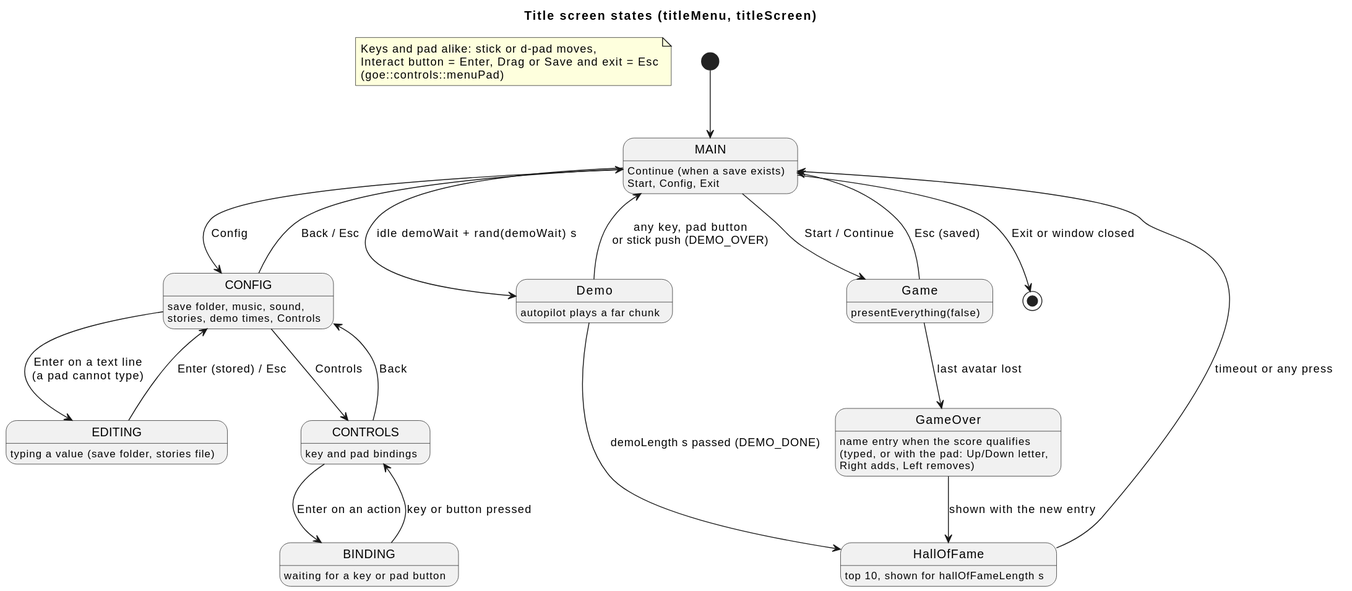
Above: docs/diagrams/11-title-menu-states.svg in arielkonopka/Gardens-of-Eris (PlantUML), before the change.
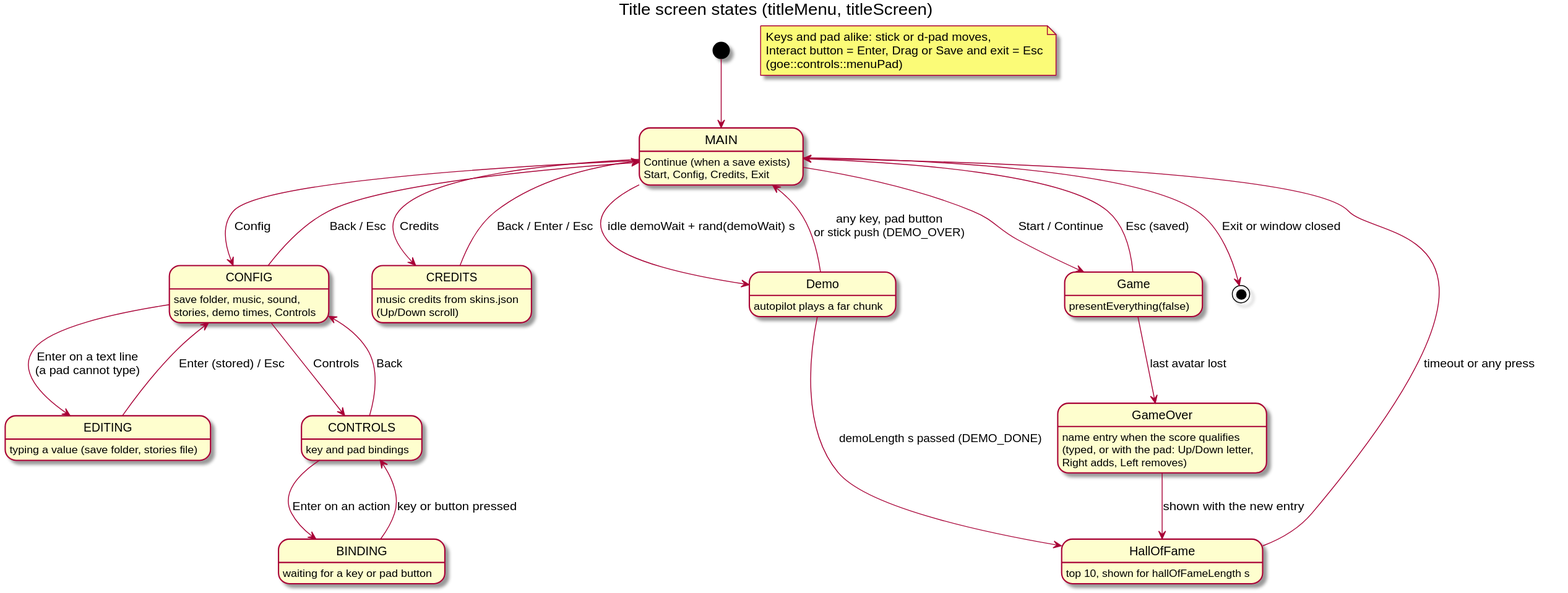
The same diagram one commit later.

Diff of the diagram source:
```diff
@@ -2,11 +2,12 @@
 title Title screen states (titleMenu, titleScreen)
 [*] --> MAIN
 note "Keys and pad alike: stick or d-pad moves,\nInteract button = Enter, Drag or Save and exit = Esc\n(goe::controls::menuPad)" as padNote
-state MAIN : Continue (when a save exists)\nStart, Config, Exit
+state MAIN : Continue (when a save exists)\nStart, Config, Credits, Exit
 state CONFIG : save folder, music, sound,\nstories, demo times, Controls
 state EDITING : typing a value (save folder, stories file)
 state CONTROLS : key and pad bindings
 state BINDING : waiting for a key or pad button
+state CREDITS : music credits from skins.json\n(Up/Down scroll)
 state Demo : autopilot plays a far chunk
 state HallOfFame : top 10, shown for hallOfFameLength s
 state Game : presentEverything(false)
@@ -20,6 +21,8 @@
 CONTROLS --> BINDING : Enter on an action
 BINDING --> CONTROLS : key or button pressed
 CONTROLS --> CONFIG : Back
+MAIN --> CREDITS : Credits
+CREDITS --> MAIN : Back / Enter / Esc
 MAIN --> Demo : idle demoWait + rand(demoWait) s
 Demo --> MAIN : any key, pad button\nor stick push (DEMO_OVER)
 Demo --> HallOfFame : demoLength s passed (DEMO_DONE)
```
